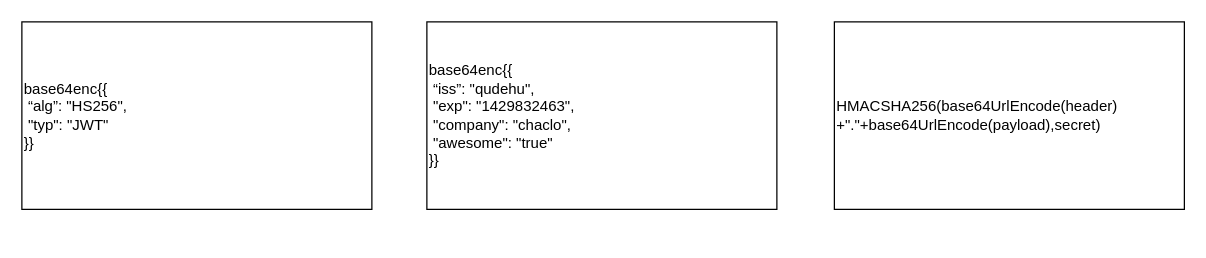
This is 未命名绘图.drawio from qudehu/draw, a draw.io file, before an edit. Source tidied: cells renumbered, new cells numbered last; positions are measured from the earlier drawing's top-left corner, leaving out a move shared by most shapes. Both pictures are drawn from the tidied source at 125%, with x=0, y=0 at pixel (21, 21).
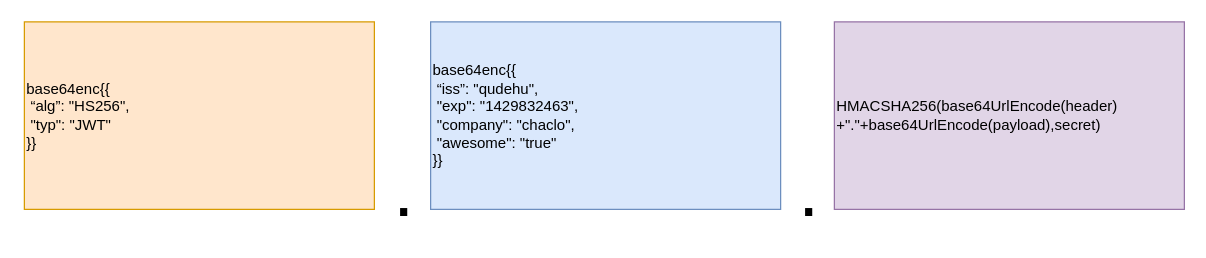
Above is the later version.

The edit, as a diff of the source:
```diff
@@
 <mxGraphModel>
   <root>
     <mxCell id="0" />
     <mxCell id="1" parent="0" />
-    <mxCell id="2" value="base64enc{{&lt;br&gt;&lt;span style=&quot;white-space: pre&quot;&gt; &lt;/span&gt;“alg”: &quot;HS256&quot;,&lt;br&gt;&lt;span style=&quot;white-space: pre&quot;&gt; &lt;/span&gt;&quot;typ&quot;: &quot;JWT&quot;&amp;nbsp;&amp;nbsp;&lt;br&gt;}}" style="rounded=0;whiteSpace=wrap;html=1;align=left;" parent="1" vertex="1">
-      <mxGeometry width="280" height="150" as="geometry" />
+    <mxCell id="2" value="base64enc{{&lt;br&gt;&lt;span style=&quot;white-space: pre&quot;&gt; &lt;/span&gt;“alg”: &quot;HS256&quot;,&lt;br&gt;&lt;span style=&quot;white-space: pre&quot;&gt; &lt;/span&gt;&quot;typ&quot;: &quot;JWT&quot;&amp;nbsp;&amp;nbsp;&lt;br&gt;}}" style="rounded=0;whiteSpace=wrap;html=1;align=left;fillColor=#ffe6cc;strokeColor=#d79b00;" parent="1" vertex="1">
+      <mxGeometry x="2" width="280" height="150" as="geometry" />
     </mxCell>
-    <mxCell id="3" value="base64enc{{&lt;br&gt;&lt;span style=&quot;white-space: pre&quot;&gt; &lt;/span&gt;“iss”: &quot;qudehu&quot;,&lt;br&gt;&lt;span style=&quot;white-space: pre&quot;&gt; &lt;/span&gt;&quot;exp&quot;: &quot;1429832463&quot;,&lt;br&gt;&lt;span style=&quot;white-space: pre&quot;&gt; &lt;/span&gt;&quot;company&quot;: &quot;chaclo&quot;,&lt;br&gt;&lt;span style=&quot;white-space: pre&quot;&gt; &lt;/span&gt;&quot;awesome&quot;: &quot;true&quot;&amp;nbsp;&amp;nbsp;&lt;br&gt;}}" style="rounded=0;whiteSpace=wrap;html=1;align=left;" parent="1" vertex="1">
-      <mxGeometry x="324" width="280" height="150" as="geometry" />
+    <mxCell id="3" value="base64enc{{&lt;br&gt;&lt;span style=&quot;white-space: pre&quot;&gt; &lt;/span&gt;“iss”: &quot;qudehu&quot;,&lt;br&gt;&lt;span style=&quot;white-space: pre&quot;&gt; &lt;/span&gt;&quot;exp&quot;: &quot;1429832463&quot;,&lt;br&gt;&lt;span style=&quot;white-space: pre&quot;&gt; &lt;/span&gt;&quot;company&quot;: &quot;chaclo&quot;,&lt;br&gt;&lt;span style=&quot;white-space: pre&quot;&gt; &lt;/span&gt;&quot;awesome&quot;: &quot;true&quot;&amp;nbsp;&amp;nbsp;&lt;br&gt;}}" style="rounded=0;whiteSpace=wrap;html=1;align=left;fillColor=#dae8fc;strokeColor=#6c8ebf;" parent="1" vertex="1">
+      <mxGeometry x="327" width="280" height="150" as="geometry" />
     </mxCell>
-    <mxCell id="4" value="HMACSHA256(base64UrlEncode(header)&lt;br&gt;+&quot;.&quot;+base64UrlEncode(payload),secret)" style="rounded=0;whiteSpace=wrap;html=1;align=left;" parent="1" vertex="1">
+    <mxCell id="4" value="HMACSHA256(base64UrlEncode(header)&lt;br&gt;+&quot;.&quot;+base64UrlEncode(payload),secret)" style="rounded=0;whiteSpace=wrap;html=1;align=left;fillColor=#e1d5e7;strokeColor=#9673a6;" parent="1" vertex="1">
       <mxGeometry x="650" width="280" height="150" as="geometry" />
     </mxCell>
+    <mxCell id="5" value="&lt;font style=&quot;font-size: 60px&quot;&gt;.&lt;/font&gt;" style="text;html=1;strokeColor=none;fillColor=none;align=center;verticalAlign=middle;whiteSpace=wrap;rounded=0;" parent="1" vertex="1">
+      <mxGeometry x="276" y="130" width="60" height="10" as="geometry" />
+    </mxCell>
+    <mxCell id="6" value="&lt;font style=&quot;font-size: 60px&quot;&gt;.&lt;/font&gt;" style="text;html=1;strokeColor=none;fillColor=none;align=center;verticalAlign=middle;whiteSpace=wrap;rounded=0;" parent="1" vertex="1">
+      <mxGeometry x="600" y="120" width="60" height="30" as="geometry" />
+    </mxCell>
   </root>
 </mxGraphModel>
```
